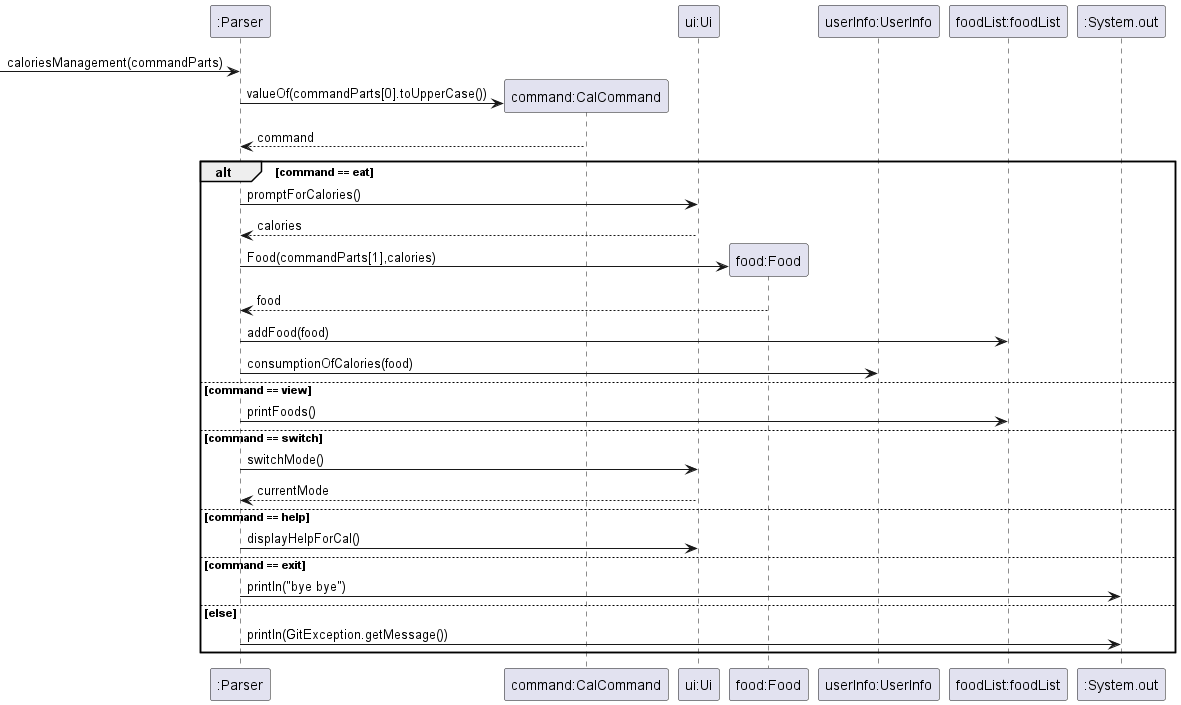
This is docs/diagrams/caloriesManagement.png from LuoYu-uwu/tp, a PlantUML export, as it was before one commit.
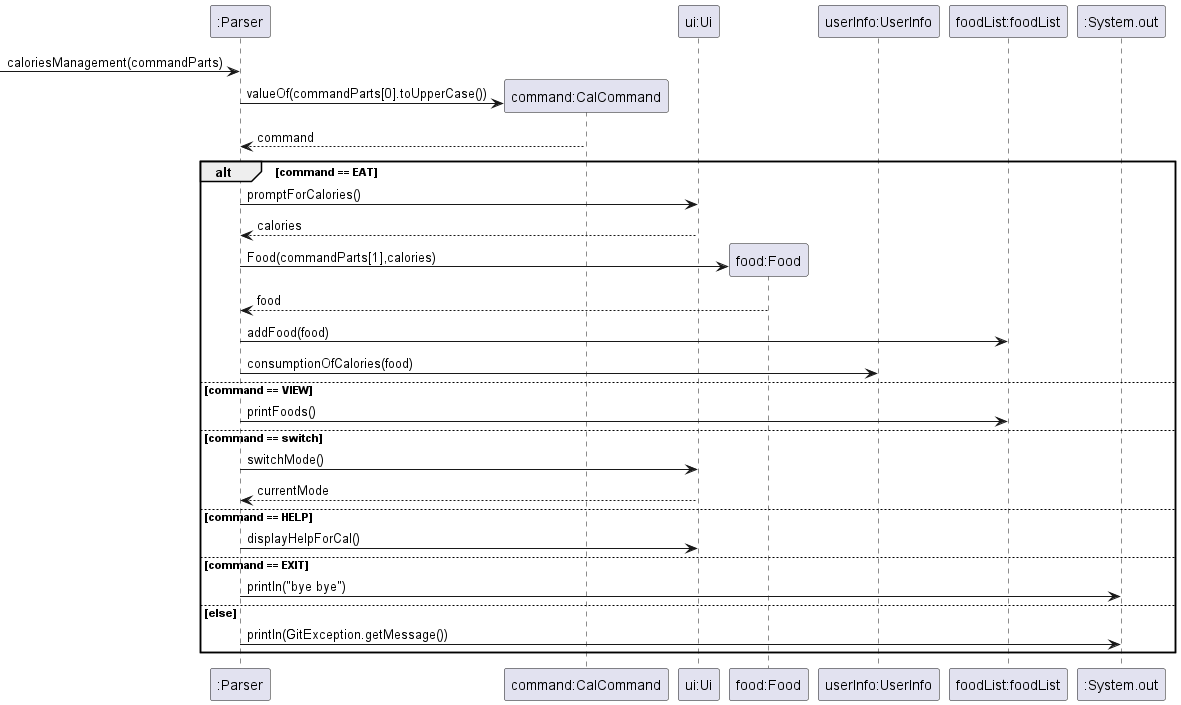
Later version of the same file.

Commit message:
Add sequence diagram for executeCommand in parser

The edit, as a diff of the source:
```diff
@@ -13,7 +13,7 @@
 p -> cal : valueOf(commandParts[0].toUpperCase())
 cal --> p : command
 
-alt command == eat
+alt command == EAT
     p -> ui : promptForCalories()
     ui --> p : calories
     create f
@@ -21,14 +21,14 @@
     f --> p : food
     p -> fl : addFood(food)
     p -> info : consumptionOfCalories(food)
-else command == view
+else command == VIEW
     p -> fl: printFoods()
 else command == switch
     p -> ui : switchMode()
     ui --> p : currentMode
-else command == help
+else command == HELP
     p -> ui : displayHelpForCal()
-else command == exit
+else command == EXIT
     p -> sys : println("bye bye")
 else else
     p -> sys : println(GitException.getMessage())
```
